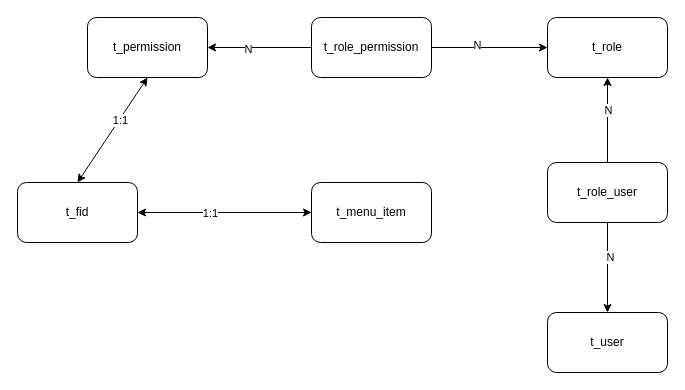
Earlier version of the draw.io diagram RBAC.drawio (tcyfree/mysql-optimization-and-principle-analysis). Source tidied: cells renumbered, new cells numbered last; positions are measured from the earlier drawing's top-left corner, leaving out a move shared by most shapes. Both pictures are drawn from the tidied source at 100%, with x=0, y=0 at pixel (17, 17).
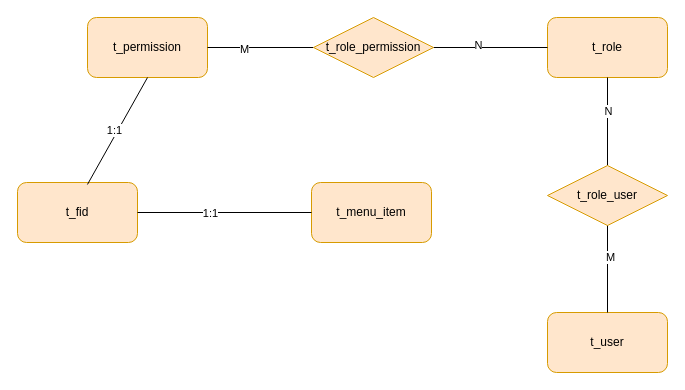
The same diagram, later.

The edit, as a diff of the source:
```diff
@@
-    <mxCell id="2" value="t_fid" style="rounded=1;whiteSpace=wrap;html=1;" parent="1" vertex="1">
+    <mxCell id="2" value="t_fid" style="rounded=1;whiteSpace=wrap;html=1;fillColor=#ffe6cc;strokeColor=#d79b00;" parent="1" vertex="1">
       <mxGeometry y="165" width="120" height="60" as="geometry" />
     </mxCell>
-    <mxCell id="3" value="t_user" style="rounded=1;whiteSpace=wrap;html=1;" parent="1" vertex="1">
+    <mxCell id="3" value="t_user" style="rounded=1;whiteSpace=wrap;html=1;fillColor=#ffe6cc;strokeColor=#d79b00;" parent="1" vertex="1">
       <mxGeometry x="530" y="295" width="120" height="60" as="geometry" />
     </mxCell>
-    <mxCell id="4" value="t_role" style="rounded=1;whiteSpace=wrap;html=1;" parent="1" vertex="1">
+    <mxCell id="4" value="t_role" style="rounded=1;whiteSpace=wrap;html=1;fillColor=#ffe6cc;strokeColor=#d79b00;" parent="1" vertex="1">
       <mxGeometry x="530" width="120" height="60" as="geometry" />
     </mxCell>
-    <mxCell id="5" style="edgeStyle=orthogonalEdgeStyle;rounded=0;jettySize=auto;html=1;exitX=0.5;exitY=0;exitDx=0;exitDy=0;entryX=0.5;entryY=1;entryDx=0;entryDy=0;" parent="1" edge="1" source="9" target="4">
+    <mxCell id="5" style="edgeStyle=orthogonalEdgeStyle;rounded=0;jettySize=auto;html=1;exitX=0.5;exitY=0;exitDx=0;exitDy=0;entryX=0.5;entryY=1;entryDx=0;entryDy=0;endArrow=none;endFill=0;" parent="1" edge="1" source="9" target="4">
       <mxGeometry relative="1" as="geometry" />
     </mxCell>
@@
-    <mxCell id="7" style="edgeStyle=orthogonalEdgeStyle;rounded=0;jettySize=auto;html=1;exitX=0.5;exitY=1;exitDx=0;exitDy=0;entryX=0.5;entryY=0;entryDx=0;entryDy=0;" parent="1" edge="1" source="9" target="3">
+    <mxCell id="7" style="edgeStyle=orthogonalEdgeStyle;rounded=0;jettySize=auto;html=1;exitX=0.5;exitY=0.95;exitDx=0;exitDy=0;entryX=0.5;entryY=0;entryDx=0;entryDy=0;exitPerimeter=0;endArrow=none;endFill=0;" parent="1" edge="1" source="9" target="3">
       <mxGeometry relative="1" as="geometry" />
     </mxCell>
-    <mxCell id="8" value="N" style="edgeLabel;html=1;align=center;verticalAlign=middle;" parent="7" vertex="1">
+    <mxCell id="8" value="M" style="edgeLabel;html=1;align=center;verticalAlign=middle;" parent="7" vertex="1">
       <mxGeometry x="-0.24" y="2" relative="1" as="geometry" />
     </mxCell>
-    <mxCell id="9" value="t_role_user" style="rounded=1;whiteSpace=wrap;html=1;" parent="1" vertex="1">
-      <mxGeometry x="530" y="145" width="120" height="60" as="geometry" />
-    </mxCell>
-    <mxCell id="10" value="t_permission" style="rounded=1;whiteSpace=wrap;html=1;" parent="1" vertex="1">
+    <mxCell id="10" value="t_permission" style="rounded=1;whiteSpace=wrap;html=1;fillColor=#ffe6cc;strokeColor=#d79b00;" parent="1" vertex="1">
       <mxGeometry x="70" width="120" height="60" as="geometry" />
     </mxCell>
-    <mxCell id="11" style="edgeStyle=orthogonalEdgeStyle;rounded=0;jettySize=auto;html=1;" parent="1" edge="1" source="13" target="4">
+    <mxCell id="11" style="edgeStyle=orthogonalEdgeStyle;rounded=0;jettySize=auto;html=1;exitX=1;exitY=0.5;exitDx=0;exitDy=0;endArrow=none;endFill=0;" parent="1" edge="1" source="13" target="4">
       <mxGeometry relative="1" as="geometry" />
     </mxCell>
@@
-    <mxCell id="13" value="t_role_permission" style="rounded=1;whiteSpace=wrap;html=1;" parent="1" vertex="1">
-      <mxGeometry x="294" width="120" height="60" as="geometry" />
-    </mxCell>
-    <mxCell id="14" style="endArrow=none;startArrow=classic;html=1;entryX=0;entryY=0.5;entryDx=0;entryDy=0;exitX=1;exitY=0.5;exitDx=0;exitDy=0;" parent="1" edge="1" source="10" target="13">
-      <mxGeometry relative="1" as="geometry" />
-    </mxCell>
-    <mxCell id="15" value="N" style="edgeLabel;html=1;align=center;verticalAlign=middle;" parent="14" vertex="1">
-      <mxGeometry x="-0.23" y="-1" relative="1" as="geometry" />
-    </mxCell>
-    <mxCell id="16" style="endArrow=classic;startArrow=classic;html=1;entryX=0.5;entryY=1;entryDx=0;entryDy=0;exitX=0.5;exitY=0;exitDx=0;exitDy=0;" parent="1" edge="1" source="2" target="10">
-      <mxGeometry relative="1" as="geometry" />
-    </mxCell>
-    <mxCell id="17" value="1:1" style="edgeLabel;html=1;align=center;verticalAlign=middle;" parent="16" vertex="1">
-      <mxGeometry x="0.2" y="-1" relative="1" as="geometry" />
-    </mxCell>
-    <mxCell id="18" value="t_menu_item" style="rounded=1;whiteSpace=wrap;html=1;" parent="1" vertex="1">
+    <mxCell id="18" value="t_menu_item" style="rounded=1;whiteSpace=wrap;html=1;fillColor=#ffe6cc;strokeColor=#d79b00;" parent="1" vertex="1">
       <mxGeometry x="294" y="165" width="120" height="60" as="geometry" />
     </mxCell>
-    <mxCell id="19" style="endArrow=classic;startArrow=classic;html=1;entryX=0;entryY=0.5;entryDx=0;entryDy=0;exitX=1;exitY=0.5;exitDx=0;exitDy=0;" parent="1" edge="1" source="2" target="18">
+    <mxCell id="19" style="endArrow=none;startArrow=none;html=1;entryX=0;entryY=0.5;entryDx=0;entryDy=0;exitX=1;exitY=0.5;exitDx=0;exitDy=0;endFill=0;startFill=0;" parent="1" edge="1" source="2" target="18">
       <mxGeometry relative="1" as="geometry" />
     </mxCell>
@@
+    <mxCell id="21" style="edgeStyle=orthogonalEdgeStyle;rounded=0;jettySize=auto;html=1;exitX=0;exitY=0.5;exitDx=0;exitDy=0;entryX=1;entryY=0.5;entryDx=0;entryDy=0;endArrow=none;endFill=0;" parent="1" edge="1" source="13" target="10">
+      <mxGeometry relative="1" as="geometry" />
+    </mxCell>
+    <mxCell id="22" value="M" style="edgeLabel;html=1;align=center;verticalAlign=middle;" parent="21" vertex="1">
+      <mxGeometry x="0.32" y="1" relative="1" as="geometry" />
+    </mxCell>
+    <mxCell id="13" value="t_role_permission" style="shape=rhombus;perimeter=rhombusPerimeter;whiteSpace=wrap;html=1;align=center;fillColor=#ffe6cc;strokeColor=#d79b00;" parent="1" vertex="1">
+      <mxGeometry x="296" width="120" height="60" as="geometry" />
+    </mxCell>
+    <mxCell id="9" value="t_role_user" style="shape=rhombus;perimeter=rhombusPerimeter;whiteSpace=wrap;html=1;align=center;fillColor=#ffe6cc;strokeColor=#d79b00;" parent="1" vertex="1">
+      <mxGeometry x="530" y="148" width="120" height="60" as="geometry" />
+    </mxCell>
+    <mxCell id="16" style="endArrow=none;html=1;entryX=0.5;entryY=1;entryDx=0;entryDy=0;exitX=0.583;exitY=0.033;exitDx=0;exitDy=0;exitPerimeter=0;" parent="1" edge="1" source="2" target="10">
+      <mxGeometry relative="1" as="geometry" />
+    </mxCell>
+    <mxCell id="17" value="1:1" style="edgeLabel;html=1;align=center;verticalAlign=middle;" parent="16" vertex="1">
+      <mxGeometry x="0.39" y="1" relative="1" as="geometry">
+        <mxPoint x="-14" y="20" as="offset" />
+      </mxGeometry>
+    </mxCell>
```
